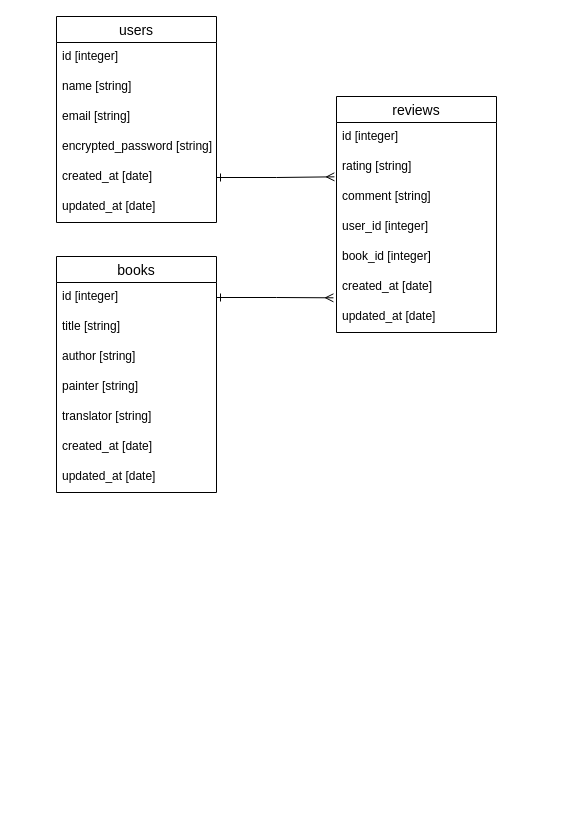
Earlier version of the draw.io diagram ER.dio (pekojoe/yondayo-2). Source tidied: cells renumbered, new cells numbered last; positions are measured from the earlier drawing's top-left corner, leaving out a move shared by most shapes. Both pictures are drawn from the tidied source at 100%, with x=0, y=0 at pixel (56, 16).
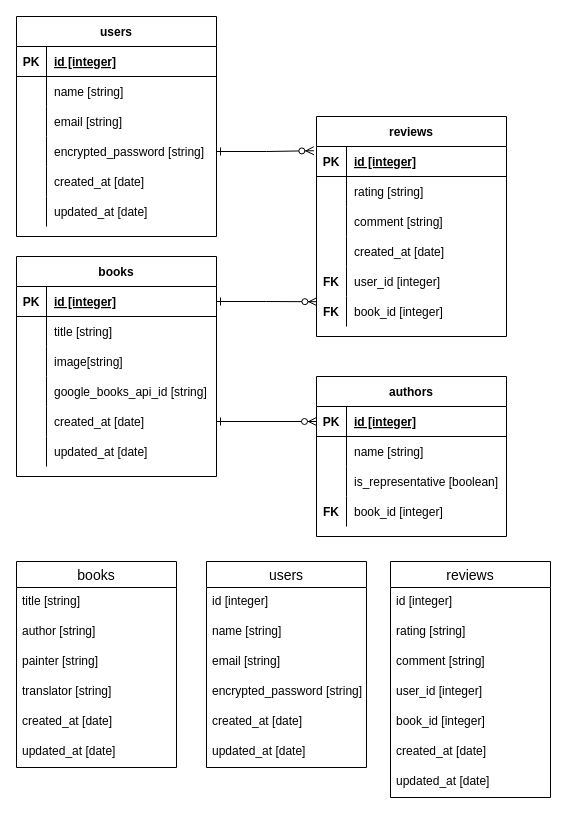
The same page after the edit.

The change refers to these unchanged cells:
```xml
<mxCell id="7" value="created_at [date]" style="text;strokeColor=none;fillColor=none;spacingLeft=4;spacingRight=4;overflow=hidden;points=[[0,0.5],[1,0.5]];portConstraint=eastwest;fontSize=12;" parent="2" vertex="1">
  <mxGeometry y="146" width="160" height="30" as="geometry" />
</mxCell>
<mxCell id="12" value="comment [string]" style="text;strokeColor=none;fillColor=none;spacingLeft=4;spacingRight=4;overflow=hidden;points=[[0,0.5],[1,0.5]];portConstraint=eastwest;fontSize=12;" parent="9" vertex="1">
  <mxGeometry y="86" width="160" height="30" as="geometry" />
</mxCell>
<mxCell id="16" value="updated_at [date]" style="text;strokeColor=none;fillColor=none;spacingLeft=4;spacingRight=4;overflow=hidden;points=[[0,0.5],[1,0.5]];portConstraint=eastwest;fontSize=12;" parent="9" vertex="1">
  <mxGeometry y="206" width="160" height="30" as="geometry" />
</mxCell>
```

What changed in the source:
```diff
@@
     <mxCell id="2" value="users" style="swimlane;fontStyle=0;horizontal=1;startSize=26;align=center;fontSize=14;" parent="1" vertex="1">
-      <mxGeometry width="160" height="206" as="geometry" />
+      <mxGeometry x="150" y="545" width="160" height="206" as="geometry" />
     </mxCell>
@@
     <mxCell id="9" value="reviews" style="swimlane;fontStyle=0;horizontal=1;startSize=26;align=center;fontSize=14;" parent="1" vertex="1">
-      <mxGeometry x="280" y="80" width="160" height="236" as="geometry" />
+      <mxGeometry x="334" y="545" width="160" height="236" as="geometry" />
     </mxCell>
@@
     <mxCell id="17" value="books" style="swimlane;fontStyle=0;horizontal=1;startSize=26;align=center;fontSize=14;" parent="1" vertex="1">
-      <mxGeometry y="240" width="160" height="236" as="geometry" />
+      <mxGeometry x="-40" y="545" width="160" height="206" as="geometry" />
     </mxCell>
-    <mxCell id="18" value="id [integer]" style="text;strokeColor=none;fillColor=none;spacingLeft=4;spacingRight=4;overflow=hidden;points=[[0,0.5],[1,0.5]];portConstraint=eastwest;fontSize=12;" parent="17" vertex="1">
-      <mxGeometry y="26" width="160" height="30" as="geometry" />
-    </mxCell>
     <mxCell id="19" value="title [string]" style="text;strokeColor=none;fillColor=none;spacingLeft=4;spacingRight=4;overflow=hidden;fontSize=12;" parent="17" vertex="1">
-      <mxGeometry y="56" width="160" height="30" as="geometry" />
+      <mxGeometry y="26" width="160" height="30" as="geometry" />
     </mxCell>
     <mxCell id="20" value="author [string]" style="text;strokeColor=none;fillColor=none;spacingLeft=4;spacingRight=4;overflow=hidden;fontSize=12;" parent="17" vertex="1">
-      <mxGeometry y="86" width="160" height="30" as="geometry" />
+      <mxGeometry y="56" width="160" height="30" as="geometry" />
     </mxCell>
     <mxCell id="21" value="painter [string]" style="text;strokeColor=none;fillColor=none;spacingLeft=4;spacingRight=4;overflow=hidden;fontSize=12;" parent="17" vertex="1">
-      <mxGeometry y="116" width="160" height="30" as="geometry" />
+      <mxGeometry y="86" width="160" height="30" as="geometry" />
     </mxCell>
     <mxCell id="22" value="translator [string]" style="text;strokeColor=none;fillColor=none;spacingLeft=4;spacingRight=4;overflow=hidden;fontSize=12;" parent="17" vertex="1">
-      <mxGeometry y="146" width="160" height="30" as="geometry" />
+      <mxGeometry y="116" width="160" height="30" as="geometry" />
     </mxCell>
     <mxCell id="23" value="created_at [date]" style="text;strokeColor=none;fillColor=none;spacingLeft=4;spacingRight=4;overflow=hidden;fontSize=12;" parent="17" vertex="1">
-      <mxGeometry y="176" width="160" height="30" as="geometry" />
+      <mxGeometry y="146" width="160" height="30" as="geometry" />
     </mxCell>
     <mxCell id="24" value="updated_at [date]" style="text;strokeColor=none;fillColor=none;spacingLeft=4;spacingRight=4;overflow=hidden;fontSize=12;" parent="17" vertex="1">
-      <mxGeometry y="206" width="160" height="30" as="geometry" />
+      <mxGeometry y="176" width="160" height="30" as="geometry" />
     </mxCell>
-    <mxCell id="25" style="edgeStyle=orthogonalEdgeStyle;rounded=0;jettySize=auto;html=1;exitX=1;exitY=0.5;exitDx=0;exitDy=0;entryX=-0.013;entryY=-0.189;entryDx=0;entryDy=0;entryPerimeter=0;endArrow=ERmany;endFill=0;startArrow=ERone;startFill=0;" parent="1" edge="1" source="7" target="12">
-      <mxGeometry relative="1" as="geometry" />
-    </mxCell>
-    <mxCell id="26" style="edgeStyle=orthogonalEdgeStyle;rounded=0;jettySize=auto;html=1;exitX=1;exitY=0.5;exitDx=0;exitDy=0;entryX=-0.019;entryY=-0.156;entryDx=0;entryDy=0;entryPerimeter=0;startArrow=ERone;startFill=0;endArrow=ERmany;endFill=0;" parent="1" edge="1" source="18" target="16">
-      <mxGeometry relative="1" as="geometry" />
-    </mxCell>
+    <mxCell id="27" value="books" style="shape=table;startSize=30;childLayout=tableLayout;rowLines=0;fontStyle=1;align=center;" parent="1" vertex="1">
+      <mxGeometry x="-40" y="240" width="200" height="220" as="geometry" />
+    </mxCell>
+    <mxCell id="28" style="shape=partialRectangle;fillColor=none;top=0;left=0;bottom=1;right=0;points=[[0,0.5],[1,0.5]];portConstraint=eastwest;" parent="27" vertex="1">
+      <mxGeometry y="30" width="200" height="30" as="geometry" />
+    </mxCell>
+    <mxCell id="29" value="PK" style="shape=partialRectangle;fillColor=none;top=0;left=0;bottom=0;right=0;fontStyle=1;overflow=hidden;" parent="28" vertex="1">
+      <mxGeometry width="30" height="30" as="geometry" />
+    </mxCell>
+    <mxCell id="30" value="id [integer]" style="shape=partialRectangle;fillColor=none;top=0;left=0;bottom=0;right=0;align=left;spacingLeft=6;fontStyle=5;overflow=hidden;" parent="28" vertex="1">
+      <mxGeometry x="30" width="170" height="30" as="geometry" />
+    </mxCell>
+    <mxCell id="31" style="shape=partialRectangle;fillColor=none;top=0;left=0;bottom=0;right=0;" parent="27" vertex="1">
+      <mxGeometry y="60" width="200" height="30" as="geometry" />
+    </mxCell>
+    <mxCell id="32" style="shape=partialRectangle;fillColor=none;top=0;left=0;bottom=0;right=0;overflow=hidden;" parent="31" vertex="1">
+      <mxGeometry width="30" height="30" as="geometry" />
+    </mxCell>
+    <mxCell id="33" value="title [string]" style="shape=partialRectangle;fillColor=none;top=0;left=0;bottom=0;right=0;align=left;spacingLeft=6;overflow=hidden;" parent="31" vertex="1">
+      <mxGeometry x="30" width="170" height="30" as="geometry" />
+    </mxCell>
+    <mxCell id="34" style="shape=partialRectangle;fillColor=none;top=0;left=0;bottom=0;right=0;" parent="27" vertex="1">
+      <mxGeometry y="90" width="200" height="30" as="geometry" />
+    </mxCell>
+    <mxCell id="35" style="shape=partialRectangle;fillColor=none;top=0;left=0;bottom=0;right=0;overflow=hidden;" parent="34" vertex="1">
+      <mxGeometry width="30" height="30" as="geometry" />
+    </mxCell>
+    <mxCell id="36" value="image[string]" style="shape=partialRectangle;fillColor=none;top=0;left=0;bottom=0;right=0;align=left;spacingLeft=6;overflow=hidden;" parent="34" vertex="1">
+      <mxGeometry x="30" width="170" height="30" as="geometry" />
+    </mxCell>
+    <mxCell id="37" style="shape=partialRectangle;fillColor=none;top=0;left=0;bottom=0;right=0;" parent="27" vertex="1">
+      <mxGeometry y="120" width="200" height="30" as="geometry" />
+    </mxCell>
+    <mxCell id="38" style="shape=partialRectangle;fillColor=none;top=0;left=0;bottom=0;right=0;overflow=hidden;" parent="37" vertex="1">
+      <mxGeometry width="30" height="30" as="geometry" />
+    </mxCell>
+    <mxCell id="39" value="google_books_api_id [string]" style="shape=partialRectangle;fillColor=none;top=0;left=0;bottom=0;right=0;align=left;spacingLeft=6;overflow=hidden;" parent="37" vertex="1">
+      <mxGeometry x="30" width="170" height="30" as="geometry" />
+    </mxCell>
+    <mxCell id="40" style="shape=partialRectangle;fillColor=none;top=0;left=0;bottom=0;right=0;points=[[0,0.5],[1,0.5]];portConstraint=eastwest;" parent="27" vertex="1">
+      <mxGeometry y="150" width="200" height="30" as="geometry" />
+    </mxCell>
+    <mxCell id="41" style="shape=partialRectangle;fillColor=none;top=0;left=0;bottom=0;right=0;overflow=hidden;" parent="40" vertex="1">
+      <mxGeometry width="30" height="30" as="geometry" />
+    </mxCell>
+    <mxCell id="42" value="created_at [date]" style="shape=partialRectangle;fillColor=none;top=0;left=0;bottom=0;right=0;align=left;spacingLeft=6;overflow=hidden;" parent="40" vertex="1">
+      <mxGeometry x="30" width="170" height="30" as="geometry" />
+    </mxCell>
+    <mxCell id="43" style="shape=partialRectangle;fillColor=none;top=0;left=0;bottom=0;right=0;" parent="27" vertex="1">
+      <mxGeometry y="180" width="200" height="30" as="geometry" />
+    </mxCell>
+    <mxCell id="44" style="shape=partialRectangle;fillColor=none;top=0;left=0;bottom=0;right=0;overflow=hidden;" parent="43" vertex="1">
+      <mxGeometry width="30" height="30" as="geometry" />
+    </mxCell>
+    <mxCell id="45" value="updated_at [date]" style="shape=partialRectangle;fillColor=none;top=0;left=0;bottom=0;right=0;align=left;spacingLeft=6;overflow=hidden;" parent="43" vertex="1">
+      <mxGeometry x="30" width="170" height="30" as="geometry" />
+    </mxCell>
+    <mxCell id="46" value="users" style="shape=table;startSize=30;childLayout=tableLayout;rowLines=0;fontStyle=1;align=center;" parent="1" vertex="1">
+      <mxGeometry x="-40" width="200" height="220" as="geometry" />
+    </mxCell>
+    <mxCell id="47" style="shape=partialRectangle;fillColor=none;top=0;left=0;bottom=1;right=0;" parent="46" vertex="1">
+      <mxGeometry y="30" width="200" height="30" as="geometry" />
+    </mxCell>
+    <mxCell id="48" value="PK" style="shape=partialRectangle;fillColor=none;top=0;left=0;bottom=0;right=0;fontStyle=1;overflow=hidden;" parent="47" vertex="1">
+      <mxGeometry width="30" height="30" as="geometry" />
+    </mxCell>
+    <mxCell id="49" value="id [integer]" style="shape=partialRectangle;fillColor=none;top=0;left=0;bottom=0;right=0;align=left;spacingLeft=6;fontStyle=5;overflow=hidden;" parent="47" vertex="1">
+      <mxGeometry x="30" width="170" height="30" as="geometry" />
+    </mxCell>
+    <mxCell id="50" style="shape=partialRectangle;fillColor=none;top=0;left=0;bottom=0;right=0;" parent="46" vertex="1">
+      <mxGeometry y="60" width="200" height="30" as="geometry" />
+    </mxCell>
+    <mxCell id="51" style="shape=partialRectangle;fillColor=none;top=0;left=0;bottom=0;right=0;overflow=hidden;" parent="50" vertex="1">
+      <mxGeometry width="30" height="30" as="geometry" />
+    </mxCell>
+    <mxCell id="52" value="name [string]" style="shape=partialRectangle;fillColor=none;top=0;left=0;bottom=0;right=0;align=left;spacingLeft=6;overflow=hidden;" parent="50" vertex="1">
+      <mxGeometry x="30" width="170" height="30" as="geometry" />
+    </mxCell>
+    <mxCell id="53" style="shape=partialRectangle;fillColor=none;top=0;left=0;bottom=0;right=0;" parent="46" vertex="1">
+      <mxGeometry y="90" width="200" height="30" as="geometry" />
+    </mxCell>
+    <mxCell id="54" style="shape=partialRectangle;fillColor=none;top=0;left=0;bottom=0;right=0;overflow=hidden;" parent="53" vertex="1">
+      <mxGeometry width="30" height="30" as="geometry" />
+    </mxCell>
+    <mxCell id="55" value="email [string]" style="shape=partialRectangle;fillColor=none;top=0;left=0;bottom=0;right=0;align=left;spacingLeft=6;overflow=hidden;" parent="53" vertex="1">
+      <mxGeometry x="30" width="170" height="30" as="geometry" />
+    </mxCell>
+    <mxCell id="56" style="shape=partialRectangle;fillColor=none;top=0;left=0;bottom=0;right=0;points=[[0,0.5],[1,0.5]];portConstraint=eastwest;" parent="46" vertex="1">
+      <mxGeometry y="120" width="200" height="30" as="geometry" />
+    </mxCell>
+    <mxCell id="57" style="shape=partialRectangle;fillColor=none;top=0;left=0;bottom=0;right=0;overflow=hidden;" parent="56" vertex="1">
+      <mxGeometry width="30" height="30" as="geometry" />
+    </mxCell>
+    <mxCell id="58" value="encrypted_password [string]" style="shape=partialRectangle;fillColor=none;top=0;left=0;bottom=0;right=0;align=left;spacingLeft=6;overflow=hidden;" parent="56" vertex="1">
+      <mxGeometry x="30" width="170" height="30" as="geometry" />
+    </mxCell>
+    <mxCell id="59" style="shape=partialRectangle;fillColor=none;top=0;left=0;bottom=0;right=0;" parent="46" vertex="1">
+      <mxGeometry y="150" width="200" height="30" as="geometry" />
+    </mxCell>
+    <mxCell id="60" style="shape=partialRectangle;fillColor=none;top=0;left=0;bottom=0;right=0;overflow=hidden;" parent="59" vertex="1">
+      <mxGeometry width="30" height="30" as="geometry" />
+    </mxCell>
+    <mxCell id="61" value="created_at [date]" style="shape=partialRectangle;fillColor=none;top=0;left=0;bottom=0;right=0;align=left;spacingLeft=6;overflow=hidden;" parent="59" vertex="1">
+      <mxGeometry x="30" width="170" height="30" as="geometry" />
+    </mxCell>
+    <mxCell id="62" style="shape=partialRectangle;fillColor=none;top=0;left=0;bottom=0;right=0;" parent="46" vertex="1">
+      <mxGeometry y="180" width="200" height="30" as="geometry" />
+    </mxCell>
+    <mxCell id="63" style="shape=partialRectangle;fillColor=none;top=0;left=0;bottom=0;right=0;overflow=hidden;" parent="62" vertex="1">
+      <mxGeometry width="30" height="30" as="geometry" />
+    </mxCell>
+    <mxCell id="64" value="updated_at [date]" style="shape=partialRectangle;fillColor=none;top=0;left=0;bottom=0;right=0;align=left;spacingLeft=6;overflow=hidden;" parent="62" vertex="1">
+      <mxGeometry x="30" width="170" height="30" as="geometry" />
+    </mxCell>
+    <mxCell id="65" value="reviews" style="shape=table;startSize=30;childLayout=tableLayout;rowLines=0;fontStyle=1;align=center;" parent="1" vertex="1">
+      <mxGeometry x="260" y="100" width="190" height="220" as="geometry" />
+    </mxCell>
+    <mxCell id="66" style="shape=partialRectangle;fillColor=none;top=0;left=0;bottom=1;right=0;points=[[0,0.5],[1,0.5]];portConstraint=eastwest;" parent="65" vertex="1">
+      <mxGeometry y="30" width="190" height="30" as="geometry" />
+    </mxCell>
+    <mxCell id="67" value="PK" style="shape=partialRectangle;fillColor=none;top=0;left=0;bottom=0;right=0;fontStyle=1;overflow=hidden;" parent="66" vertex="1">
+      <mxGeometry width="30" height="30" as="geometry" />
+    </mxCell>
+    <mxCell id="68" value="id [integer]" style="shape=partialRectangle;fillColor=none;top=0;left=0;bottom=0;right=0;align=left;spacingLeft=6;fontStyle=5;overflow=hidden;" parent="66" vertex="1">
+      <mxGeometry x="30" width="160" height="30" as="geometry" />
+    </mxCell>
+    <mxCell id="69" style="shape=partialRectangle;fillColor=none;top=0;left=0;bottom=0;right=0;" parent="65" vertex="1">
+      <mxGeometry y="60" width="190" height="30" as="geometry" />
+    </mxCell>
+    <mxCell id="70" style="shape=partialRectangle;fillColor=none;top=0;left=0;bottom=0;right=0;overflow=hidden;" parent="69" vertex="1">
+      <mxGeometry width="30" height="30" as="geometry" />
+    </mxCell>
+    <mxCell id="71" value="rating [string]" style="shape=partialRectangle;fillColor=none;top=0;left=0;bottom=0;right=0;align=left;spacingLeft=6;overflow=hidden;" parent="69" vertex="1">
+      <mxGeometry x="30" width="160" height="30" as="geometry" />
+    </mxCell>
+    <mxCell id="72" style="shape=partialRectangle;fillColor=none;top=0;left=0;bottom=0;right=0;" parent="65" vertex="1">
+      <mxGeometry y="90" width="190" height="30" as="geometry" />
+    </mxCell>
+    <mxCell id="73" style="shape=partialRectangle;fillColor=none;top=0;left=0;bottom=0;right=0;overflow=hidden;" parent="72" vertex="1">
+      <mxGeometry width="30" height="30" as="geometry" />
+    </mxCell>
+    <mxCell id="74" value="comment [string]" style="shape=partialRectangle;fillColor=none;top=0;left=0;bottom=0;right=0;align=left;spacingLeft=6;overflow=hidden;" parent="72" vertex="1">
+      <mxGeometry x="30" width="160" height="30" as="geometry" />
+    </mxCell>
+    <mxCell id="75" style="shape=partialRectangle;fillColor=none;top=0;left=0;bottom=0;right=0;" parent="65" vertex="1">
+      <mxGeometry y="120" width="190" height="30" as="geometry" />
+    </mxCell>
+    <mxCell id="76" style="shape=partialRectangle;fillColor=none;top=0;left=0;bottom=0;right=0;overflow=hidden;" parent="75" vertex="1">
+      <mxGeometry width="30" height="30" as="geometry" />
+    </mxCell>
+    <mxCell id="77" value="created_at [date]" style="shape=partialRectangle;fillColor=none;top=0;left=0;bottom=0;right=0;align=left;spacingLeft=6;overflow=hidden;" parent="75" vertex="1">
+      <mxGeometry x="30" width="160" height="30" as="geometry" />
+    </mxCell>
+    <mxCell id="78" style="shape=partialRectangle;fillColor=none;top=0;left=0;bottom=0;right=0;" parent="65" vertex="1">
+      <mxGeometry y="150" width="190" height="30" as="geometry" />
+    </mxCell>
+    <mxCell id="79" value="FK" style="shape=partialRectangle;fillColor=none;top=0;left=0;bottom=0;right=0;overflow=hidden;fontStyle=1;" parent="78" vertex="1">
+      <mxGeometry width="30" height="30" as="geometry" />
+    </mxCell>
+    <mxCell id="80" value="user_id [integer]" style="shape=partialRectangle;fillColor=none;top=0;left=0;bottom=0;right=0;align=left;spacingLeft=6;overflow=hidden;" parent="78" vertex="1">
+      <mxGeometry x="30" width="160" height="30" as="geometry" />
+    </mxCell>
+    <mxCell id="81" style="shape=partialRectangle;fillColor=none;top=0;left=0;bottom=0;right=0;points=[[0,0.5],[1,0.5]];portConstraint=eastwest;" parent="65" vertex="1">
+      <mxGeometry y="180" width="190" height="30" as="geometry" />
+    </mxCell>
+    <mxCell id="82" value="FK" style="shape=partialRectangle;fillColor=none;top=0;left=0;bottom=0;right=0;overflow=hidden;fontStyle=1;" parent="81" vertex="1">
+      <mxGeometry width="30" height="30" as="geometry" />
+    </mxCell>
+    <mxCell id="83" value="book_id [integer]" style="shape=partialRectangle;fillColor=none;top=0;left=0;bottom=0;right=0;align=left;spacingLeft=6;overflow=hidden;" parent="81" vertex="1">
+      <mxGeometry x="30" width="160" height="30" as="geometry" />
+    </mxCell>
+    <mxCell id="84" style="edgeStyle=orthogonalEdgeStyle;rounded=0;jettySize=auto;html=1;exitX=1;exitY=0.5;exitDx=0;exitDy=0;entryX=-0.014;entryY=0.141;entryDx=0;entryDy=0;entryPerimeter=0;endArrow=ERzeroToMany;endFill=1;startArrow=ERone;startFill=0;" parent="1" edge="1" source="56" target="66">
+      <mxGeometry relative="1" as="geometry" />
+    </mxCell>
+    <mxCell id="85" style="edgeStyle=orthogonalEdgeStyle;rounded=0;jettySize=auto;html=1;exitX=1;exitY=0.5;exitDx=0;exitDy=0;entryX=0.002;entryY=0.174;entryDx=0;entryDy=0;entryPerimeter=0;startArrow=ERone;startFill=0;endArrow=ERzeroToMany;endFill=1;" parent="1" edge="1" source="28" target="81">
+      <mxGeometry relative="1" as="geometry" />
+    </mxCell>
+    <mxCell id="86" value="authors" style="shape=table;startSize=30;childLayout=tableLayout;rowLines=0;fontStyle=1;align=center;" parent="1" vertex="1">
+      <mxGeometry x="260" y="360" width="190" height="160" as="geometry" />
+    </mxCell>
+    <mxCell id="87" style="shape=partialRectangle;fillColor=none;top=0;left=0;bottom=1;right=0;points=[[0,0.5],[1,0.5]];portConstraint=eastwest;" parent="86" vertex="1">
+      <mxGeometry y="30" width="190" height="30" as="geometry" />
+    </mxCell>
+    <mxCell id="88" value="PK" style="shape=partialRectangle;fillColor=none;top=0;left=0;bottom=0;right=0;fontStyle=1;overflow=hidden;" parent="87" vertex="1">
+      <mxGeometry width="30" height="30" as="geometry" />
+    </mxCell>
+    <mxCell id="89" value="id [integer]" style="shape=partialRectangle;fillColor=none;top=0;left=0;bottom=0;right=0;align=left;spacingLeft=6;fontStyle=5;overflow=hidden;" parent="87" vertex="1">
+      <mxGeometry x="30" width="160" height="30" as="geometry" />
+    </mxCell>
+    <mxCell id="90" style="shape=partialRectangle;fillColor=none;top=0;left=0;bottom=0;right=0;" parent="86" vertex="1">
+      <mxGeometry y="60" width="190" height="30" as="geometry" />
+    </mxCell>
+    <mxCell id="91" style="shape=partialRectangle;fillColor=none;top=0;left=0;bottom=0;right=0;overflow=hidden;" parent="90" vertex="1">
+      <mxGeometry width="30" height="30" as="geometry" />
+    </mxCell>
+    <mxCell id="92" value="name [string]" style="shape=partialRectangle;fillColor=none;top=0;left=0;bottom=0;right=0;align=left;spacingLeft=6;overflow=hidden;" parent="90" vertex="1">
+      <mxGeometry x="30" width="160" height="30" as="geometry" />
+    </mxCell>
+    <mxCell id="93" style="shape=partialRectangle;fillColor=none;top=0;left=0;bottom=0;right=0;" parent="86" vertex="1">
+      <mxGeometry y="90" width="190" height="30" as="geometry" />
+    </mxCell>
+    <mxCell id="94" style="shape=partialRectangle;fillColor=none;top=0;left=0;bottom=0;right=0;overflow=hidden;" parent="93" vertex="1">
+      <mxGeometry width="30" height="30" as="geometry" />
+    </mxCell>
+    <mxCell id="95" value="is_representative [boolean]" style="shape=partialRectangle;fillColor=none;top=0;left=0;bottom=0;right=0;align=left;spacingLeft=6;overflow=hidden;" parent="93" vertex="1">
+      <mxGeometry x="30" width="160" height="30" as="geometry" />
+    </mxCell>
+    <mxCell id="96" style="shape=partialRectangle;fillColor=none;top=0;left=0;bottom=0;right=0;" parent="86" vertex="1">
+      <mxGeometry y="120" width="190" height="30" as="geometry" />
+    </mxCell>
+    <mxCell id="97" value="FK" style="shape=partialRectangle;fillColor=none;top=0;left=0;bottom=0;right=0;overflow=hidden;labelBorderColor=none;fontStyle=1;" parent="96" vertex="1">
+      <mxGeometry width="30" height="30" as="geometry" />
+    </mxCell>
+    <mxCell id="98" value="book_id [integer]" style="shape=partialRectangle;fillColor=none;top=0;left=0;bottom=0;right=0;align=left;spacingLeft=6;overflow=hidden;" parent="96" vertex="1">
+      <mxGeometry x="30" width="160" height="30" as="geometry" />
+    </mxCell>
+    <mxCell id="99" style="edgeStyle=orthogonalEdgeStyle;rounded=0;jettySize=auto;html=1;exitX=1;exitY=0.5;exitDx=0;exitDy=0;entryX=0;entryY=0.5;entryDx=0;entryDy=0;startArrow=ERone;startFill=0;endArrow=ERzeroToMany;endFill=1;" parent="1" edge="1" source="40" target="87">
+      <mxGeometry relative="1" as="geometry" />
+    </mxCell>
```
